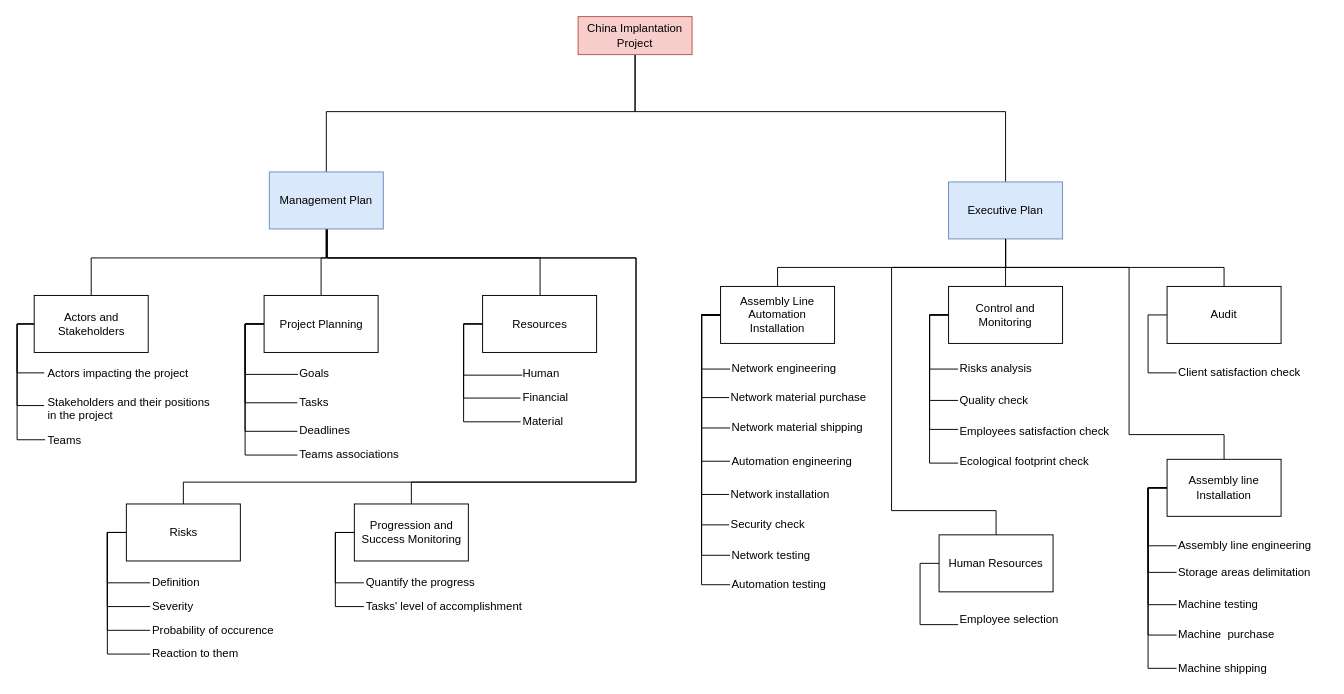
Before: WBS Management Inter.drawio in RomainJunca/ManagementInterA5, a draw.io diagram. Source tidied: cells renumbered, new cells numbered last; positions are measured from the earlier drawing's top-left corner, leaving out a move shared by most shapes. Both pictures are drawn from the tidied source at 95%, with x=0, y=0 at pixel (16, 16).
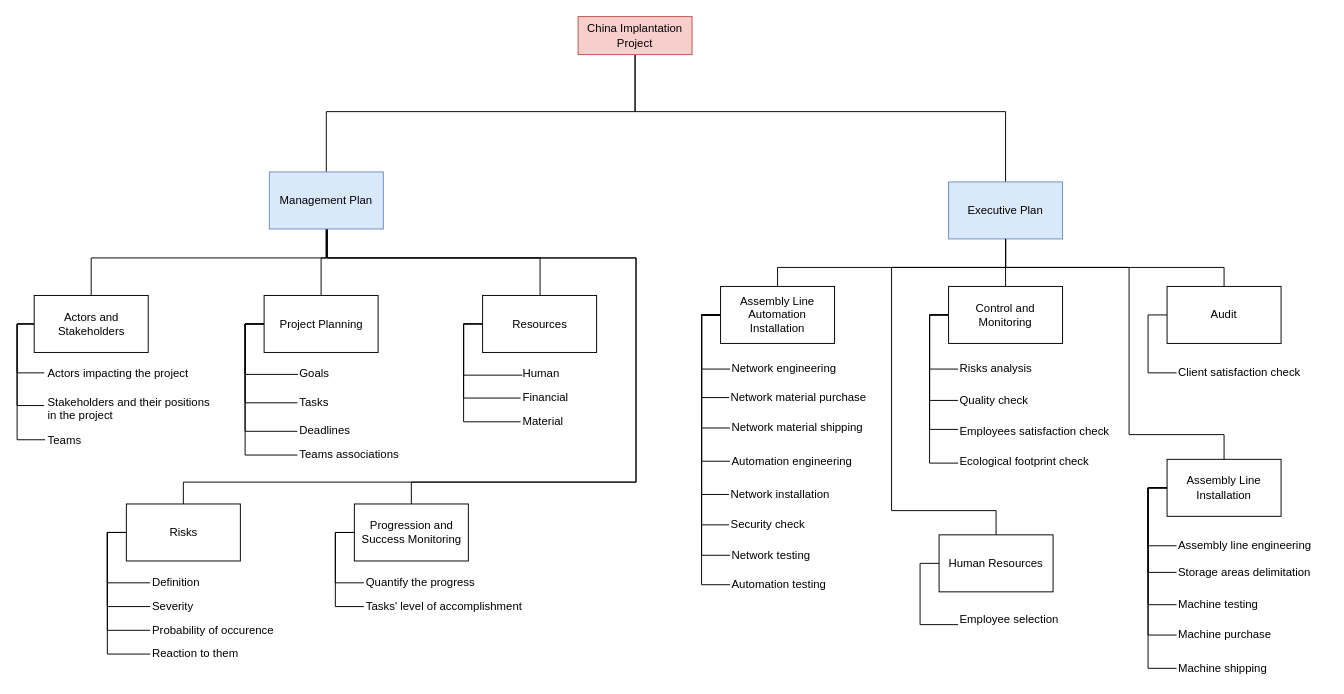
After the change.

The edit, as a diff of the source:
```diff
@@
-    <mxCell id="77" value="Machine&amp;nbsp; purchase" style="text;html=1;points=[];align=left;verticalAlign=top;spacingTop=-4;" parent="1" vertex="1">
-      <mxGeometry x="1221" y="641" width="120" height="20" as="geometry" />
+    <mxCell id="77" value="Machine purchase" style="text;html=1;points=[];align=left;verticalAlign=top;spacingTop=-4;" parent="1" vertex="1">
+      <mxGeometry x="1221" y="641" width="110" height="20" as="geometry" />
     </mxCell>
@@
-    <mxCell id="88" value="Assembly line Installation" style="rounded=0;whiteSpace=wrap;html=1;" parent="1" vertex="1">
+    <mxCell id="88" value="Assembly Line Installation" style="rounded=0;whiteSpace=wrap;html=1;" parent="1" vertex="1">
       <mxGeometry x="1211" y="466" width="120" height="60" as="geometry" />
     </mxCell>
```
